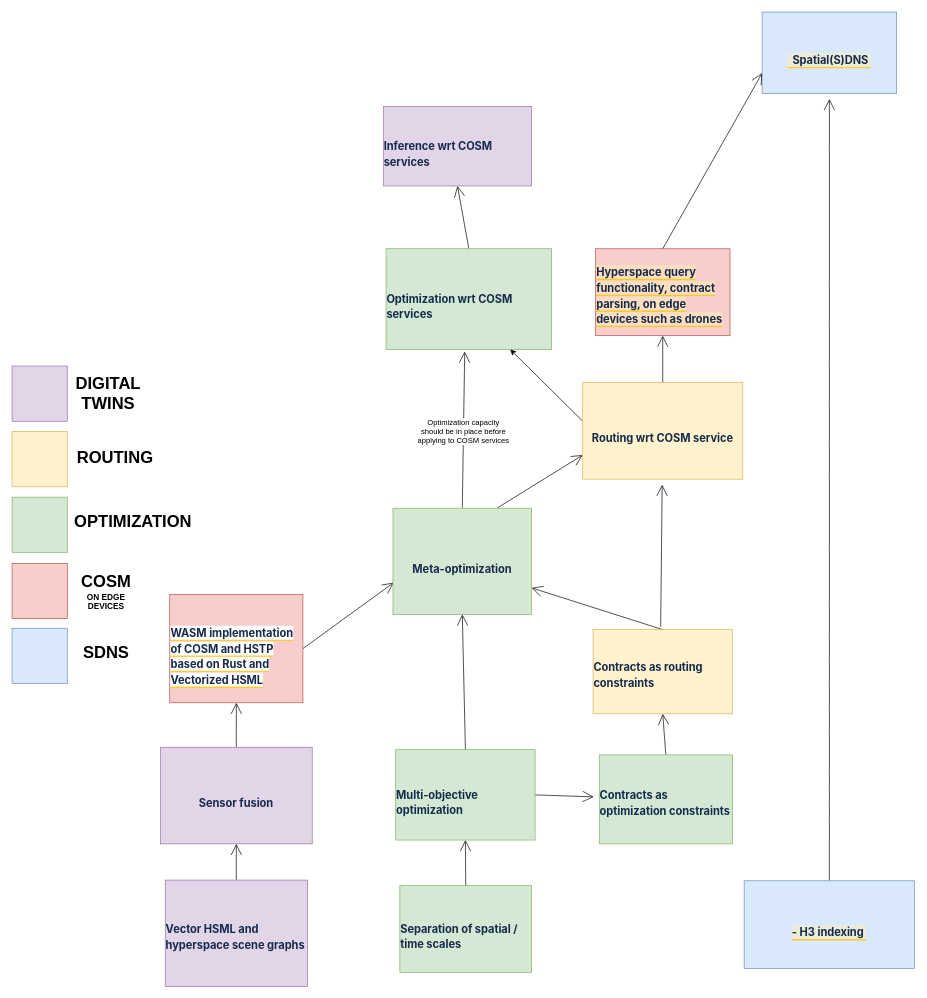
Above: Untitled Diagram.drawio in mahault/Katas (draw.io), before the change. Source tidied: cells renumbered, new cells numbered last; positions are measured from the earlier drawing's top-left corner, leaving out a move shared by most shapes. Both pictures are drawn from the tidied source at 69%, with x=0, y=0 at pixel (12, 12).
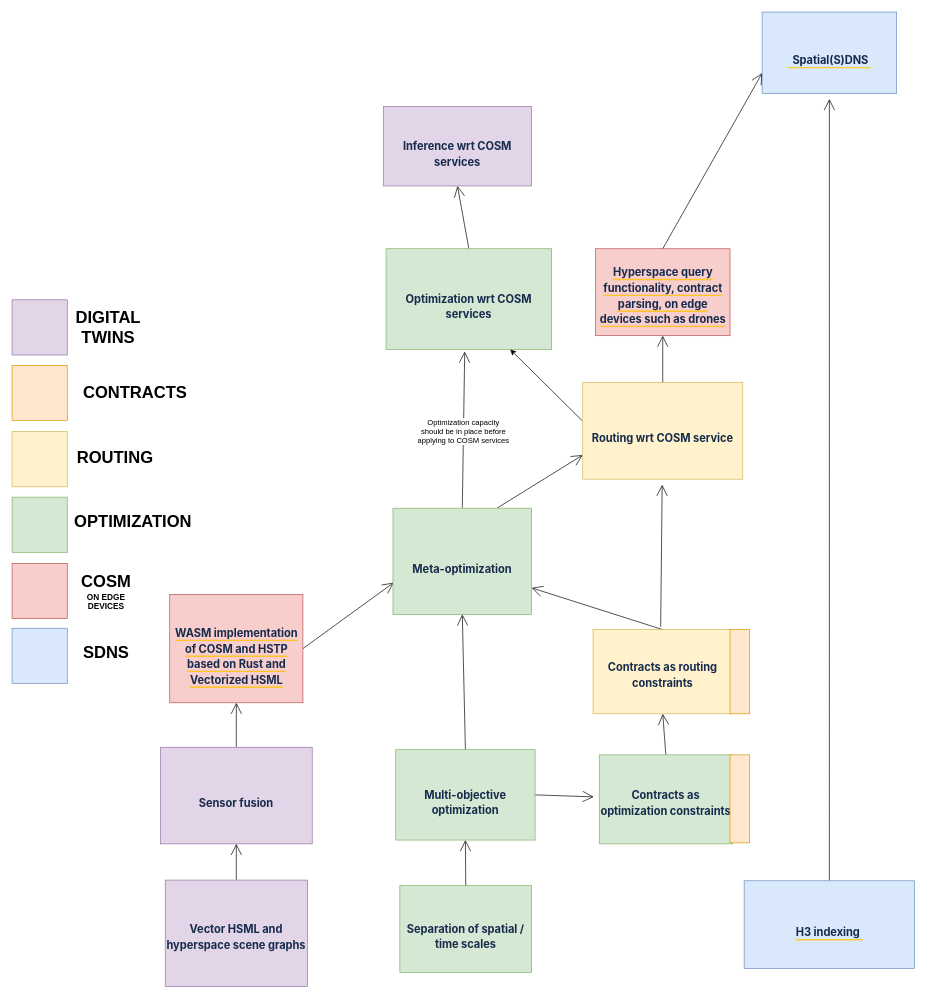
Above is the later version.

The edit, as a diff of the source:
```diff
@@
-    <mxCell id="2" value="&lt;h4 style=&quot;margin: 1.357em 0px 0px; padding: 0px; font-size: 16px; line-height: 1.428; color: rgb(23, 43, 77); letter-spacing: -0.003em; font-family: -apple-system, BlinkMacSystemFont, &amp;quot;Segoe UI&amp;quot;, Roboto, Oxygen, Ubuntu, &amp;quot;Fira Sans&amp;quot;, &amp;quot;Droid Sans&amp;quot;, &amp;quot;Helvetica Neue&amp;quot;, sans-serif; text-align: start;&quot; id=&quot;Spatial(S)DNS----H3-indexing-–-A-lot-of-the-work-would-support-this-project,-but-the-end-would-have-to-lead-into-the--SDNS&quot;&gt;&lt;span style=&quot;cursor: pointer; background-color: rgba(255, 240, 179, 0.5); border-bottom: 2px solid rgba(255, 196, 0, 0.82);&quot; class=&quot;inline-highlight&quot; id=&quot;642e6865-7614-46b1-a37f-4f377f6b59a0&quot;&gt;&amp;nbsp; Spatial(S)DNS&amp;nbsp;&lt;/span&gt;&lt;/h4&gt;" style="rounded=0;whiteSpace=wrap;html=1;hachureGap=4;fillColor=#dae8fc;strokeColor=#6c8ebf;" parent="1" vertex="1">
+    <mxCell id="2" value="&lt;h4 style=&quot;margin: 1.357em 0px 0px; padding: 0px; font-size: 16px; line-height: 1.428; color: rgb(23, 43, 77); letter-spacing: -0.003em; font-family: -apple-system, BlinkMacSystemFont, &amp;quot;Segoe UI&amp;quot;, Roboto, Oxygen, Ubuntu, &amp;quot;Fira Sans&amp;quot;, &amp;quot;Droid Sans&amp;quot;, &amp;quot;Helvetica Neue&amp;quot;, sans-serif; text-align: start;&quot; id=&quot;Spatial(S)DNS----H3-indexing-–-A-lot-of-the-work-would-support-this-project,-but-the-end-would-have-to-lead-into-the--SDNS&quot;&gt;&lt;span style=&quot;cursor: pointer; border-bottom-width: 2px; border-bottom-style: solid; border-bottom-color: rgba(255, 196, 0, 0.82);&quot; class=&quot;inline-highlight&quot; id=&quot;642e6865-7614-46b1-a37f-4f377f6b59a0&quot;&gt;&amp;nbsp; Spatial(S)DNS&amp;nbsp;&lt;/span&gt;&lt;/h4&gt;" style="rounded=0;whiteSpace=wrap;html=1;hachureGap=4;fillColor=#dae8fc;strokeColor=#6c8ebf;" parent="1" vertex="1">
       <mxGeometry x="1087" width="195" height="118" as="geometry" />
     </mxCell>
@@
-    <mxCell id="4" value="&lt;h4 style=&quot;margin: 1.357em 0px 0px; padding: 0px; font-size: 16px; line-height: 1.428; color: rgb(23, 43, 77); letter-spacing: -0.003em; font-family: -apple-system, BlinkMacSystemFont, &amp;quot;Segoe UI&amp;quot;, Roboto, Oxygen, Ubuntu, &amp;quot;Fira Sans&amp;quot;, &amp;quot;Droid Sans&amp;quot;, &amp;quot;Helvetica Neue&amp;quot;, sans-serif; text-align: start;&quot; id=&quot;WASM-implementation-of-COSM-and-HSTP-based-on-Rust-and-Vectorized-HSML&quot;&gt;&lt;span style=&quot;cursor: pointer; border-bottom-width: 2px; border-bottom-style: solid; border-bottom-color: rgba(255, 196, 0, 0.82); background-color: rgb(255, 255, 255);&quot; class=&quot;inline-highlight&quot; id=&quot;642e6865-7614-46b1-a37f-4f377f6b59a0&quot;&gt;WASM implementation of COSM and HSTP based on Rust and Vectorized HSML&lt;/span&gt;&lt;/h4&gt;" style="rounded=0;whiteSpace=wrap;html=1;hachureGap=4;fillColor=#f8cecc;strokeColor=#b85450;" parent="1" vertex="1">
+    <mxCell id="4" value="&lt;h4 style=&quot;margin: 1.357em 0px 0px; padding: 0px; font-size: 16px; line-height: 1.428; color: rgb(23, 43, 77); letter-spacing: -0.003em; font-family: -apple-system, BlinkMacSystemFont, &amp;quot;Segoe UI&amp;quot;, Roboto, Oxygen, Ubuntu, &amp;quot;Fira Sans&amp;quot;, &amp;quot;Droid Sans&amp;quot;, &amp;quot;Helvetica Neue&amp;quot;, sans-serif;&quot; id=&quot;WASM-implementation-of-COSM-and-HSTP-based-on-Rust-and-Vectorized-HSML&quot;&gt;&lt;span style=&quot;cursor: pointer; border-bottom-width: 2px; border-bottom-style: solid; border-bottom-color: rgba(255, 196, 0, 0.82);&quot; class=&quot;inline-highlight&quot; id=&quot;642e6865-7614-46b1-a37f-4f377f6b59a0&quot;&gt;WASM implementation of COSM and HSTP based on Rust and Vectorized HSML&lt;/span&gt;&lt;/h4&gt;" style="rounded=0;whiteSpace=wrap;html=1;hachureGap=4;fillColor=#f8cecc;strokeColor=#b85450;align=center;" parent="1" vertex="1">
       <mxGeometry x="228.5" y="844" width="193" height="157" as="geometry" />
     </mxCell>
@@
-    <mxCell id="6" value="&lt;h4 style=&quot;margin: 10px 0px 0px; padding: 0px; font-size: 16px; line-height: 1.428; color: rgb(23, 43, 77); letter-spacing: -0.003em; font-family: -apple-system, BlinkMacSystemFont, &amp;quot;Segoe UI&amp;quot;, Roboto, Oxygen, Ubuntu, &amp;quot;Fira Sans&amp;quot;, &amp;quot;Droid Sans&amp;quot;, &amp;quot;Helvetica Neue&amp;quot;, sans-serif; text-align: start;&quot; id=&quot;Hyperspace-query-functionality,-contract-parsing,--on-edge-devices-such-as-drones.&quot;&gt;&lt;span style=&quot;cursor: pointer; background-color: rgba(255, 240, 179, 0.5); border-bottom: 2px solid rgba(255, 196, 0, 0.82);&quot; class=&quot;inline-highlight&quot; id=&quot;642e6865-7614-46b1-a37f-4f377f6b59a0&quot;&gt;Hyperspace query functionality, contract parsing,  on edge devices such as drones&lt;/span&gt;&lt;/h4&gt;" style="rounded=0;whiteSpace=wrap;html=1;hachureGap=4;fillColor=#f8cecc;strokeColor=#b85450;" parent="1" vertex="1">
+    <mxCell id="6" value="&lt;h4 style=&quot;margin: 10px 0px 0px; padding: 0px; font-size: 16px; line-height: 1.428; color: rgb(23, 43, 77); letter-spacing: -0.003em; font-family: -apple-system, BlinkMacSystemFont, &amp;quot;Segoe UI&amp;quot;, Roboto, Oxygen, Ubuntu, &amp;quot;Fira Sans&amp;quot;, &amp;quot;Droid Sans&amp;quot;, &amp;quot;Helvetica Neue&amp;quot;, sans-serif;&quot; id=&quot;Hyperspace-query-functionality,-contract-parsing,--on-edge-devices-such-as-drones.&quot;&gt;&lt;span style=&quot;cursor: pointer; border-bottom-width: 2px; border-bottom-style: solid; border-bottom-color: rgba(255, 196, 0, 0.82);&quot; class=&quot;inline-highlight&quot; id=&quot;642e6865-7614-46b1-a37f-4f377f6b59a0&quot;&gt;Hyperspace query functionality, contract parsing,  on edge devices such as drones&lt;/span&gt;&lt;/h4&gt;" style="rounded=0;whiteSpace=wrap;html=1;hachureGap=4;fillColor=#f8cecc;strokeColor=#b85450;align=center;" parent="1" vertex="1">
       <mxGeometry x="845.5" y="343" width="195" height="126" as="geometry" />
     </mxCell>
@@
-    <mxCell id="8" value="&lt;h4 style=&quot;margin: 10px 0px 0px; padding: 0px; font-size: 16px; line-height: 1.428; color: rgb(23, 43, 77); letter-spacing: -0.003em; font-family: -apple-system, BlinkMacSystemFont, &amp;quot;Segoe UI&amp;quot;, Roboto, Oxygen, Ubuntu, &amp;quot;Fira Sans&amp;quot;, &amp;quot;Droid Sans&amp;quot;, &amp;quot;Helvetica Neue&amp;quot;, sans-serif; text-align: start;&quot; id=&quot;Contracts-as-optimization-constraints&quot;&gt;Contracts as optimization constraints&lt;/h4&gt;" style="rounded=0;whiteSpace=wrap;html=1;hachureGap=4;fillColor=#d5e8d4;strokeColor=#82b366;" parent="1" vertex="1">
+    <mxCell id="8" value="&lt;h4 style=&quot;margin: 10px 0px 0px; padding: 0px; font-size: 16px; line-height: 1.428; color: rgb(23, 43, 77); letter-spacing: -0.003em; font-family: -apple-system, BlinkMacSystemFont, &amp;quot;Segoe UI&amp;quot;, Roboto, Oxygen, Ubuntu, &amp;quot;Fira Sans&amp;quot;, &amp;quot;Droid Sans&amp;quot;, &amp;quot;Helvetica Neue&amp;quot;, sans-serif;&quot; id=&quot;Contracts-as-optimization-constraints&quot;&gt;Contracts as optimization constraints&lt;/h4&gt;" style="rounded=0;whiteSpace=wrap;html=1;hachureGap=4;fillColor=#d5e8d4;strokeColor=#82b366;align=center;" parent="1" vertex="1">
       <mxGeometry x="851" y="1076.5" width="193" height="129" as="geometry" />
     </mxCell>
@@
-    <mxCell id="10" value="&lt;h4 style=&quot;margin: 1.357em 0px 0px; padding: 0px; font-size: 16px; line-height: 1.428; color: rgb(23, 43, 77); letter-spacing: -0.003em; font-family: -apple-system, BlinkMacSystemFont, &amp;quot;Segoe UI&amp;quot;, Roboto, Oxygen, Ubuntu, &amp;quot;Fira Sans&amp;quot;, &amp;quot;Droid Sans&amp;quot;, &amp;quot;Helvetica Neue&amp;quot;, sans-serif; text-align: start;&quot; id=&quot;Separation-of-spatial-/-time-scales&quot;&gt;Separation of spatial / time scales&lt;/h4&gt;" style="rounded=0;whiteSpace=wrap;html=1;hachureGap=4;fillColor=#d5e8d4;strokeColor=#82b366;" parent="1" vertex="1">
+    <mxCell id="10" value="&lt;h4 style=&quot;margin: 1.357em 0px 0px; padding: 0px; font-size: 16px; line-height: 1.428; color: rgb(23, 43, 77); letter-spacing: -0.003em; font-family: -apple-system, BlinkMacSystemFont, &amp;quot;Segoe UI&amp;quot;, Roboto, Oxygen, Ubuntu, &amp;quot;Fira Sans&amp;quot;, &amp;quot;Droid Sans&amp;quot;, &amp;quot;Helvetica Neue&amp;quot;, sans-serif;&quot; id=&quot;Separation-of-spatial-/-time-scales&quot;&gt;Separation of spatial / time scales&lt;/h4&gt;" style="rounded=0;whiteSpace=wrap;html=1;hachureGap=4;fillColor=#d5e8d4;strokeColor=#82b366;align=center;" parent="1" vertex="1">
       <mxGeometry x="562" y="1266" width="191" height="126" as="geometry" />
     </mxCell>
@@
-    <mxCell id="13" value="&lt;h4 style=&quot;margin: 1.357em 0px 0px; padding: 0px; font-size: 16px; line-height: 1.428; color: rgb(23, 43, 77); letter-spacing: -0.003em; font-family: -apple-system, BlinkMacSystemFont, &amp;quot;Segoe UI&amp;quot;, Roboto, Oxygen, Ubuntu, &amp;quot;Fira Sans&amp;quot;, &amp;quot;Droid Sans&amp;quot;, &amp;quot;Helvetica Neue&amp;quot;, sans-serif; text-align: start;&quot; id=&quot;Multi-objective-optimization&quot;&gt;Multi-objective optimization&lt;/h4&gt;" style="rounded=0;whiteSpace=wrap;html=1;hachureGap=4;fillColor=#d5e8d4;strokeColor=#82b366;" parent="1" vertex="1">
+    <mxCell id="13" value="&lt;h4 style=&quot;margin: 1.357em 0px 0px; padding: 0px; font-size: 16px; line-height: 1.428; color: rgb(23, 43, 77); letter-spacing: -0.003em; font-family: -apple-system, BlinkMacSystemFont, &amp;quot;Segoe UI&amp;quot;, Roboto, Oxygen, Ubuntu, &amp;quot;Fira Sans&amp;quot;, &amp;quot;Droid Sans&amp;quot;, &amp;quot;Helvetica Neue&amp;quot;, sans-serif;&quot; id=&quot;Multi-objective-optimization&quot;&gt;Multi-objective optimization&lt;/h4&gt;" style="rounded=0;whiteSpace=wrap;html=1;hachureGap=4;fillColor=#d5e8d4;strokeColor=#82b366;align=center;" parent="1" vertex="1">
       <mxGeometry x="556" y="1069" width="202" height="131" as="geometry" />
     </mxCell>
@@
-    <mxCell id="19" value="&lt;h4 style=&quot;margin: 1.357em 0px 0px; padding: 0px; font-size: 16px; line-height: 1.428; color: rgb(23, 43, 77); letter-spacing: -0.003em; font-family: -apple-system, BlinkMacSystemFont, &amp;quot;Segoe UI&amp;quot;, Roboto, Oxygen, Ubuntu, &amp;quot;Fira Sans&amp;quot;, &amp;quot;Droid Sans&amp;quot;, &amp;quot;Helvetica Neue&amp;quot;, sans-serif; text-align: start;&quot; id=&quot;Optimization-wrt-COSM-services&quot;&gt;Optimization wrt COSM services&lt;/h4&gt;" style="rounded=0;whiteSpace=wrap;html=1;hachureGap=4;fillColor=#d5e8d4;strokeColor=#82b366;" parent="1" vertex="1">
+    <mxCell id="19" value="&lt;h4 style=&quot;margin: 1.357em 0px 0px; padding: 0px; font-size: 16px; line-height: 1.428; color: rgb(23, 43, 77); letter-spacing: -0.003em; font-family: -apple-system, BlinkMacSystemFont, &amp;quot;Segoe UI&amp;quot;, Roboto, Oxygen, Ubuntu, &amp;quot;Fira Sans&amp;quot;, &amp;quot;Droid Sans&amp;quot;, &amp;quot;Helvetica Neue&amp;quot;, sans-serif;&quot; id=&quot;Optimization-wrt-COSM-services&quot;&gt;Optimization wrt COSM services&lt;/h4&gt;" style="rounded=0;whiteSpace=wrap;html=1;hachureGap=4;fillColor=#d5e8d4;strokeColor=#82b366;imageAlign=center;align=center;" parent="1" vertex="1">
       <mxGeometry x="542" y="343" width="240" height="146" as="geometry" />
     </mxCell>
@@
-    <mxCell id="22" value="&lt;h4 style=&quot;margin: 10px 0px 0px; padding: 0px; font-size: 16px; line-height: 1.428; color: rgb(23, 43, 77); letter-spacing: -0.003em; font-family: -apple-system, BlinkMacSystemFont, &amp;quot;Segoe UI&amp;quot;, Roboto, Oxygen, Ubuntu, &amp;quot;Fira Sans&amp;quot;, &amp;quot;Droid Sans&amp;quot;, &amp;quot;Helvetica Neue&amp;quot;, sans-serif; text-align: start;&quot; id=&quot;Contracts-as-routing-constraints&quot;&gt;Contracts as routing constraints&lt;/h4&gt;" style="rounded=0;whiteSpace=wrap;html=1;hachureGap=4;fillColor=#fff2cc;strokeColor=#d6b656;" parent="1" vertex="1">
+    <mxCell id="22" value="&lt;h4 style=&quot;margin: 10px 0px 0px; padding: 0px; font-size: 16px; line-height: 1.428; color: rgb(23, 43, 77); letter-spacing: -0.003em; font-family: -apple-system, BlinkMacSystemFont, &amp;quot;Segoe UI&amp;quot;, Roboto, Oxygen, Ubuntu, &amp;quot;Fira Sans&amp;quot;, &amp;quot;Droid Sans&amp;quot;, &amp;quot;Helvetica Neue&amp;quot;, sans-serif;&quot; id=&quot;Contracts-as-routing-constraints&quot;&gt;Contracts as routing constraints&lt;/h4&gt;" style="rounded=0;whiteSpace=wrap;html=1;hachureGap=4;fillColor=#fff2cc;strokeColor=#d6b656;align=center;" parent="1" vertex="1">
       <mxGeometry x="842" y="895" width="202" height="122" as="geometry" />
     </mxCell>
@@
-    <mxCell id="24" value="&lt;h4 style=&quot;margin: 1.357em 0px 0px; padding: 0px; font-size: 16px; line-height: 1.428; color: rgb(23, 43, 77); letter-spacing: -0.003em; font-family: -apple-system, BlinkMacSystemFont, &amp;quot;Segoe UI&amp;quot;, Roboto, Oxygen, Ubuntu, &amp;quot;Fira Sans&amp;quot;, &amp;quot;Droid Sans&amp;quot;, &amp;quot;Helvetica Neue&amp;quot;, sans-serif; text-align: start;&quot; id=&quot;Routing-wrt-COSM-services&quot;&gt;Routing wrt COSM service&lt;/h4&gt;" style="rounded=0;whiteSpace=wrap;html=1;hachureGap=4;fillColor=#fff2cc;strokeColor=#d6b656;" parent="1" vertex="1">
+    <mxCell id="24" value="&lt;h4 style=&quot;margin: 1.357em 0px 0px; padding: 0px; font-size: 16px; line-height: 1.428; color: rgb(23, 43, 77); letter-spacing: -0.003em; font-family: -apple-system, BlinkMacSystemFont, &amp;quot;Segoe UI&amp;quot;, Roboto, Oxygen, Ubuntu, &amp;quot;Fira Sans&amp;quot;, &amp;quot;Droid Sans&amp;quot;, &amp;quot;Helvetica Neue&amp;quot;, sans-serif;&quot; id=&quot;Routing-wrt-COSM-services&quot;&gt;Routing wrt COSM service&lt;/h4&gt;" style="rounded=0;whiteSpace=wrap;html=1;hachureGap=4;fillColor=#fff2cc;strokeColor=#d6b656;align=center;verticalAlign=middle;" parent="1" vertex="1">
       <mxGeometry x="827" y="537" width="232" height="140" as="geometry" />
     </mxCell>
@@
-    <mxCell id="26" value="&lt;h4 style=&quot;margin: 10px 0px 0px; padding: 0px; font-size: 16px; line-height: 1.428; color: rgb(23, 43, 77); letter-spacing: -0.003em; font-family: -apple-system, BlinkMacSystemFont, &amp;quot;Segoe UI&amp;quot;, Roboto, Oxygen, Ubuntu, &amp;quot;Fira Sans&amp;quot;, &amp;quot;Droid Sans&amp;quot;, &amp;quot;Helvetica Neue&amp;quot;, sans-serif; text-align: start;&quot; id=&quot;Vector-HSML-and--hyperspace-scene-graphs&quot;&gt;Vector HSML and  hyperspace scene graphs &lt;/h4&gt;" style="rounded=0;whiteSpace=wrap;html=1;hachureGap=4;fillColor=#e1d5e7;strokeColor=#9673a6;" parent="1" vertex="1">
+    <mxCell id="26" value="&lt;h4 style=&quot;margin: 10px 0px 0px; padding: 0px; font-size: 16px; line-height: 1.428; color: rgb(23, 43, 77); letter-spacing: -0.003em; font-family: -apple-system, BlinkMacSystemFont, &amp;quot;Segoe UI&amp;quot;, Roboto, Oxygen, Ubuntu, &amp;quot;Fira Sans&amp;quot;, &amp;quot;Droid Sans&amp;quot;, &amp;quot;Helvetica Neue&amp;quot;, sans-serif;&quot; id=&quot;Vector-HSML-and--hyperspace-scene-graphs&quot;&gt;Vector HSML and  hyperspace scene graphs &lt;/h4&gt;" style="rounded=0;whiteSpace=wrap;html=1;hachureGap=4;fillColor=#e1d5e7;strokeColor=#9673a6;align=center;" parent="1" vertex="1">
       <mxGeometry x="222" y="1258" width="206" height="154" as="geometry" />
     </mxCell>
@@
-    <mxCell id="29" value="&lt;h4 style=&quot;margin: 1.357em 0px 0px; padding: 0px; font-size: 16px; line-height: 1.428; color: rgb(23, 43, 77); letter-spacing: -0.003em; font-family: -apple-system, BlinkMacSystemFont, &amp;quot;Segoe UI&amp;quot;, Roboto, Oxygen, Ubuntu, &amp;quot;Fira Sans&amp;quot;, &amp;quot;Droid Sans&amp;quot;, &amp;quot;Helvetica Neue&amp;quot;, sans-serif; text-align: start;&quot; id=&quot;Inference-wrt-COSM-services&quot;&gt;Inference wrt COSM services&lt;/h4&gt;" style="rounded=0;whiteSpace=wrap;html=1;hachureGap=4;fillColor=#e1d5e7;strokeColor=#9673a6;" parent="1" vertex="1">
+    <mxCell id="29" value="&lt;h4 style=&quot;margin: 1.357em 0px 0px; padding: 0px; font-size: 16px; line-height: 1.428; color: rgb(23, 43, 77); letter-spacing: -0.003em; font-family: -apple-system, BlinkMacSystemFont, &amp;quot;Segoe UI&amp;quot;, Roboto, Oxygen, Ubuntu, &amp;quot;Fira Sans&amp;quot;, &amp;quot;Droid Sans&amp;quot;, &amp;quot;Helvetica Neue&amp;quot;, sans-serif;&quot; id=&quot;Inference-wrt-COSM-services&quot;&gt;Inference wrt COSM services&lt;/h4&gt;" style="rounded=0;whiteSpace=wrap;html=1;hachureGap=4;fillColor=#e1d5e7;strokeColor=#9673a6;align=center;" parent="1" vertex="1">
       <mxGeometry x="538" y="137" width="215" height="115" as="geometry" />
     </mxCell>
@@
-    <mxCell id="31" value="&lt;h4 style=&quot;margin: 1.357em 0px 0px; padding: 0px; font-size: 16px; line-height: 1.428; color: rgb(23, 43, 77); letter-spacing: -0.003em; font-family: -apple-system, BlinkMacSystemFont, &amp;quot;Segoe UI&amp;quot;, Roboto, Oxygen, Ubuntu, &amp;quot;Fira Sans&amp;quot;, &amp;quot;Droid Sans&amp;quot;, &amp;quot;Helvetica Neue&amp;quot;, sans-serif; text-align: start;&quot; id=&quot;Spatial(S)DNS----H3-indexing-–-A-lot-of-the-work-would-support-this-project,-but-the-end-would-have-to-lead-into-the--SDNS&quot;&gt;&lt;span style=&quot;cursor: pointer; background-color: rgba(255, 240, 179, 0.5); border-bottom: 2px solid rgba(255, 196, 0, 0.82);&quot; class=&quot;inline-highlight&quot; id=&quot;642e6865-7614-46b1-a37f-4f377f6b59a0&quot;&gt;- H3 indexing&amp;nbsp;&lt;/span&gt;&lt;/h4&gt;" style="rounded=0;whiteSpace=wrap;html=1;hachureGap=4;fillColor=#dae8fc;strokeColor=#6c8ebf;" parent="1" vertex="1">
+    <mxCell id="31" value="&lt;h4 style=&quot;margin: 1.357em 0px 0px; padding: 0px; font-size: 16px; line-height: 1.428; color: rgb(23, 43, 77); letter-spacing: -0.003em; font-family: -apple-system, BlinkMacSystemFont, &amp;quot;Segoe UI&amp;quot;, Roboto, Oxygen, Ubuntu, &amp;quot;Fira Sans&amp;quot;, &amp;quot;Droid Sans&amp;quot;, &amp;quot;Helvetica Neue&amp;quot;, sans-serif; text-align: start;&quot; id=&quot;Spatial(S)DNS----H3-indexing-–-A-lot-of-the-work-would-support-this-project,-but-the-end-would-have-to-lead-into-the--SDNS&quot;&gt;&lt;span style=&quot;cursor: pointer; border-bottom-width: 2px; border-bottom-style: solid; border-bottom-color: rgba(255, 196, 0, 0.82);&quot; class=&quot;inline-highlight&quot; id=&quot;642e6865-7614-46b1-a37f-4f377f6b59a0&quot;&gt;H3 indexing&amp;nbsp;&lt;/span&gt;&lt;/h4&gt;" style="rounded=0;whiteSpace=wrap;html=1;hachureGap=4;fillColor=#dae8fc;strokeColor=#6c8ebf;" parent="1" vertex="1">
       <mxGeometry x="1061" y="1259" width="247" height="127" as="geometry" />
     </mxCell>
@@
     <mxCell id="33" style="whiteSpace=wrap;html=1;labelBackgroundColor=#FFFFFF;fillColor=#e1d5e7;strokeColor=#9673a6;" parent="1" vertex="1">
-      <mxGeometry y="513" width="80" height="80" as="geometry" />
+      <mxGeometry y="417" width="80" height="80" as="geometry" />
     </mxCell>
     <mxCell id="34" value="&lt;b&gt;&lt;font style=&quot;font-size: 24px;&quot;&gt;DIGITAL&lt;br&gt;TWINS&lt;/font&gt;&lt;br&gt;&lt;/b&gt;" style="text;html=1;align=center;verticalAlign=middle;fillColor=none;strokeColor=none;rounded=0;labelBackgroundColor=#FFFFFF;" parent="1" vertex="1">
-      <mxGeometry x="82" y="519" width="113" height="68" as="geometry" />
+      <mxGeometry x="82" y="423" width="113" height="68" as="geometry" />
     </mxCell>
@@
+    <mxCell id="43" style="rounded=0;whiteSpace=wrap;html=1;labelBackgroundColor=#FFFFFF;fontSize=24;fillColor=#ffe6cc;strokeColor=#d79b00;" parent="1" vertex="1">
+      <mxGeometry x="1040.5" y="895" width="28.5" height="122" as="geometry" />
+    </mxCell>
+    <mxCell id="44" style="rounded=0;whiteSpace=wrap;html=1;labelBackgroundColor=#FFFFFF;fontSize=24;fillColor=#ffe6cc;strokeColor=#d79b00;" parent="1" vertex="1">
+      <mxGeometry x="1040.5" y="1076.5" width="28.5" height="127.5" as="geometry" />
+    </mxCell>
+    <mxCell id="45" style="whiteSpace=wrap;html=1;labelBackgroundColor=#FFFFFF;fillColor=#ffe6cc;strokeColor=#d79b00;" parent="1" vertex="1">
+      <mxGeometry y="512" width="80" height="80" as="geometry" />
+    </mxCell>
+    <mxCell id="46" value="&lt;b&gt;&lt;font size=&quot;5&quot;&gt;CONTRACTS&lt;/font&gt;&lt;br&gt;&lt;/b&gt;" style="text;html=1;align=center;verticalAlign=middle;fillColor=none;strokeColor=none;rounded=0;labelBackgroundColor=#FFFFFF;" parent="1" vertex="1">
+      <mxGeometry x="93.5" y="532" width="169" height="40" as="geometry" />
+    </mxCell>
```
